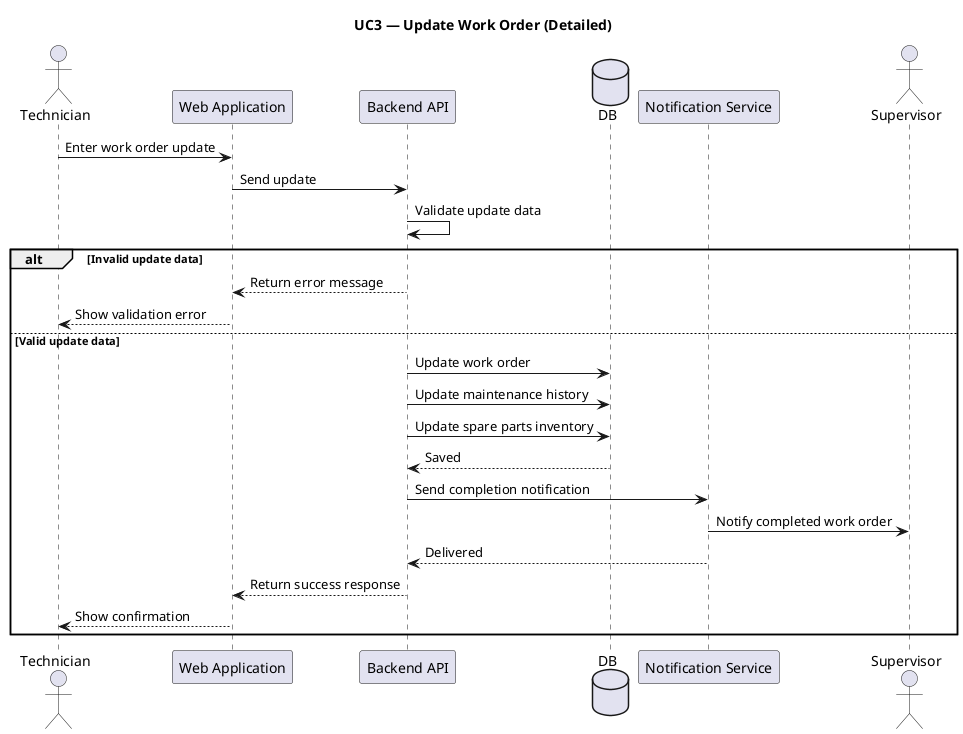
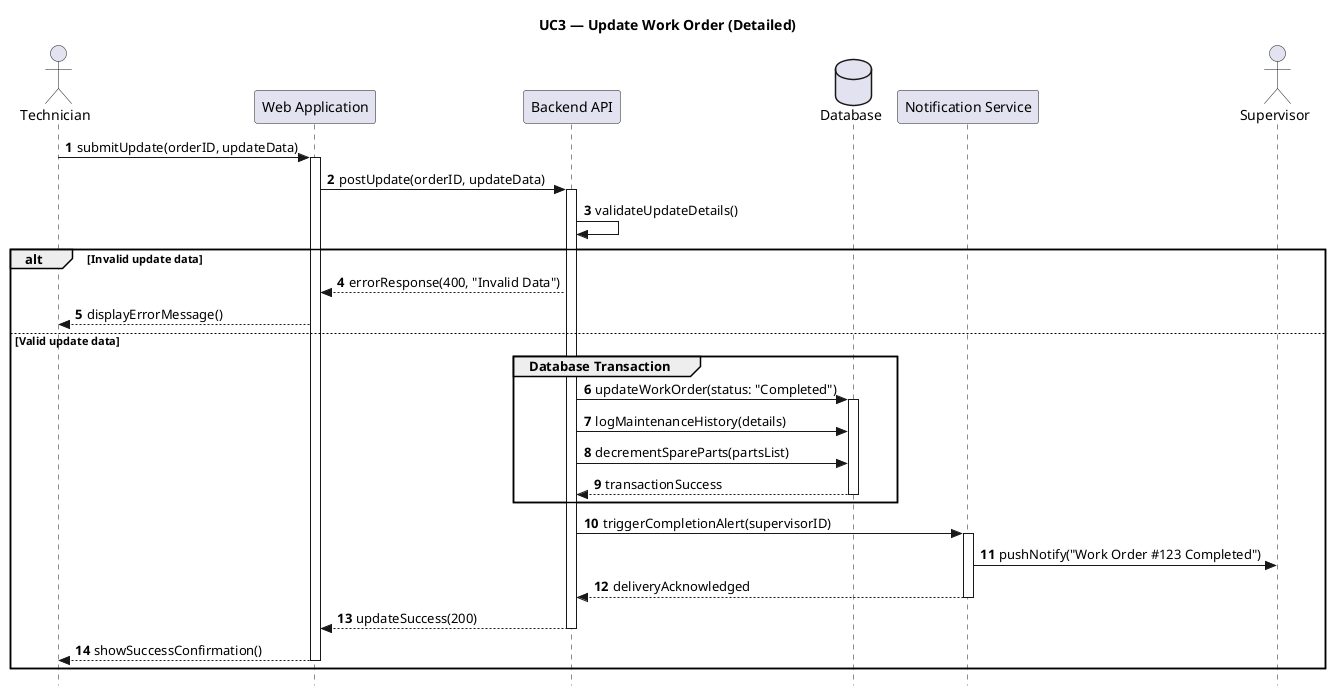
- @startuml
+ @startuml UC3_Detailed_Final
title UC3 — Update Work Order (Detailed)
+ 
+ autonumber
+ skinparam Style strictuml

actor Technician
participant "Web Application" as Web
participant "Backend API" as API
- database "DB" as DB
+ database "Database" as DB
participant "Notification Service" as Notif
actor Supervisor

- Technician -> Web : Enter work order update
- Web -> API : Send update
+ Technician -> Web : submitUpdate(orderID, updateData)
+ activate Web
+ Web -> API : postUpdate(orderID, updateData)
+ activate API

- API -> API : Validate update data
+ API -> API : validateUpdateDetails()

alt Invalid update data
-     API --> Web : Return error message
-     Web --> Technician : Show validation error
+     API --> Web : errorResponse(400, "Invalid Data")
+     Web --> Technician : displayErrorMessage()
else Valid update data
-     API -> DB : Update work order
-     API -> DB : Update maintenance history
-     API -> DB : Update spare parts inventory
-     DB --> API : Saved
+     group Database Transaction
+         API -> DB : updateWorkOrder(status: "Completed")
+         activate DB
+         API -> DB : logMaintenanceHistory(details)
+         API -> DB : decrementSpareParts(partsList)
+         DB --> API : transactionSuccess
+         deactivate DB
+     end

-     API -> Notif : Send completion notification
-     Notif -> Supervisor : Notify completed work order
-     Notif --> API : Delivered
+     API -> Notif : triggerCompletionAlert(supervisorID)
+     activate Notif
+     Notif -> Supervisor : pushNotify("Work Order #123 Completed")
+     Notif --> API : deliveryAcknowledged
+     deactivate Notif

-     API --> Web : Return success response
-     Web --> Technician : Show confirmation
+     API --> Web : updateSuccess(200)
+     deactivate API
+     Web --> Technician : showSuccessConfirmation()
+     deactivate Web
end

@enduml